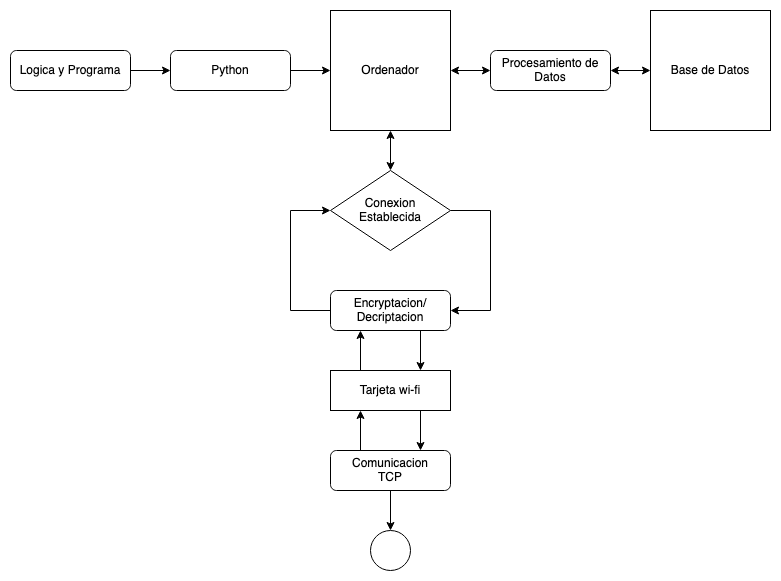
Before: Proyecto/Ordenador.png, a diagram exported from draw.io (DemiurgeApeiron/A01028325-InternetOfThings). Source tidied: cells renumbered, new cells last; positions are measured from the earlier drawing's top-left corner, leaving out a move shared by most shapes. Its diagram source:
```xml
<mxGraphModel>
  <root>
    <mxCell id="0" />
    <mxCell id="1" parent="0" />
    <mxCell id="2" style="edgeStyle=orthogonalEdgeStyle;rounded=0;jettySize=auto;html=1;entryX=0.5;entryY=0;entryDx=0;entryDy=0;startArrow=classic;startFill=1;" parent="1" edge="1" source="4" target="15">
      <mxGeometry relative="1" as="geometry" />
    </mxCell>
    <mxCell id="3" style="edgeStyle=orthogonalEdgeStyle;rounded=0;jettySize=auto;html=1;entryX=0;entryY=0.5;entryDx=0;entryDy=0;startArrow=classic;startFill=1;" parent="1" edge="1" source="4" target="22">
      <mxGeometry relative="1" as="geometry" />
    </mxCell>
    <mxCell id="4" value="Ordenador" style="whiteSpace=wrap;html=1;" parent="1" vertex="1">
      <mxGeometry x="320" width="120" height="120" as="geometry" />
    </mxCell>
    <mxCell id="5" style="edgeStyle=orthogonalEdgeStyle;rounded=0;jettySize=auto;html=1;exitX=0.25;exitY=0;exitDx=0;exitDy=0;entryX=0.25;entryY=1;entryDx=0;entryDy=0;" parent="1" edge="1" source="7" target="13">
      <mxGeometry relative="1" as="geometry" />
    </mxCell>
    <mxCell id="6" style="edgeStyle=orthogonalEdgeStyle;rounded=0;jettySize=auto;html=1;entryX=0.5;entryY=0;entryDx=0;entryDy=0;startArrow=none;startFill=0;" parent="1" edge="1" source="7" target="16">
      <mxGeometry relative="1" as="geometry" />
    </mxCell>
    <mxCell id="7" value="&lt;div&gt;Comunicacion&lt;/div&gt;&lt;div&gt;TCP&lt;/div&gt;" style="rounded=1;whiteSpace=wrap;html=1;" parent="1" vertex="1">
      <mxGeometry x="320" y="440" width="120" height="40" as="geometry" />
    </mxCell>
    <mxCell id="8" style="edgeStyle=orthogonalEdgeStyle;rounded=0;jettySize=auto;html=1;exitX=0.75;exitY=1;exitDx=0;exitDy=0;entryX=0.75;entryY=0;entryDx=0;entryDy=0;" parent="1" edge="1" source="10" target="13">
      <mxGeometry relative="1" as="geometry" />
    </mxCell>
    <mxCell id="9" style="edgeStyle=orthogonalEdgeStyle;rounded=0;jettySize=auto;html=1;entryX=0;entryY=0.5;entryDx=0;entryDy=0;" parent="1" edge="1" source="10" target="15">
      <mxGeometry relative="1" as="geometry">
        <Array as="points">
          <mxPoint x="280" y="300" />
          <mxPoint x="280" y="200" />
        </Array>
      </mxGeometry>
    </mxCell>
    <mxCell id="10" value="&lt;div&gt;Encryptacion/&lt;/div&gt;&lt;div&gt;Decriptacion&lt;br&gt;&lt;/div&gt;" style="rounded=1;whiteSpace=wrap;html=1;" parent="1" vertex="1">
      <mxGeometry x="320" y="280" width="120" height="40" as="geometry" />
    </mxCell>
    <mxCell id="11" style="edgeStyle=orthogonalEdgeStyle;rounded=0;jettySize=auto;html=1;exitX=0.25;exitY=0;exitDx=0;exitDy=0;entryX=0.25;entryY=1;entryDx=0;entryDy=0;" parent="1" edge="1" source="13" target="10">
      <mxGeometry relative="1" as="geometry" />
    </mxCell>
    <mxCell id="12" style="edgeStyle=orthogonalEdgeStyle;rounded=0;jettySize=auto;html=1;exitX=0.75;exitY=1;exitDx=0;exitDy=0;entryX=0.75;entryY=0;entryDx=0;entryDy=0;" parent="1" edge="1" source="13" target="7">
      <mxGeometry relative="1" as="geometry" />
    </mxCell>
    <mxCell id="13" value="Tarjeta wi-fi" style="rounded=0;whiteSpace=wrap;html=1;" parent="1" vertex="1">
      <mxGeometry x="320" y="360" width="120" height="40" as="geometry" />
    </mxCell>
    <mxCell id="14" style="edgeStyle=orthogonalEdgeStyle;rounded=0;jettySize=auto;html=1;entryX=1;entryY=0.5;entryDx=0;entryDy=0;" parent="1" edge="1" source="15" target="10">
      <mxGeometry relative="1" as="geometry">
        <Array as="points">
          <mxPoint x="480" y="200" />
          <mxPoint x="480" y="300" />
        </Array>
      </mxGeometry>
    </mxCell>
    <mxCell id="15" value="&lt;div&gt;Conexion &lt;br&gt;&lt;/div&gt;&lt;div&gt;Establecida&lt;/div&gt;" style="rhombus;whiteSpace=wrap;html=1;" parent="1" vertex="1">
      <mxGeometry x="320" y="160" width="120" height="80" as="geometry" />
    </mxCell>
    <mxCell id="16" style="ellipse;whiteSpace=wrap;html=1;" parent="1" vertex="1">
      <mxGeometry x="360" y="520" width="40" height="40" as="geometry" />
    </mxCell>
    <mxCell id="17" style="edgeStyle=orthogonalEdgeStyle;rounded=0;jettySize=auto;html=1;entryX=0;entryY=0.5;entryDx=0;entryDy=0;startArrow=none;startFill=0;" parent="1" edge="1" source="18" target="4">
      <mxGeometry relative="1" as="geometry" />
    </mxCell>
    <mxCell id="18" value="Python" style="rounded=1;whiteSpace=wrap;html=1;" parent="1" vertex="1">
      <mxGeometry x="160" y="40" width="120" height="40" as="geometry" />
    </mxCell>
    <mxCell id="19" style="edgeStyle=orthogonalEdgeStyle;rounded=0;jettySize=auto;html=1;entryX=0;entryY=0.5;entryDx=0;entryDy=0;" parent="1" edge="1" source="20" target="18">
      <mxGeometry relative="1" as="geometry" />
    </mxCell>
    <mxCell id="20" value="Logica y Programa" style="rounded=1;whiteSpace=wrap;html=1;" parent="1" vertex="1">
      <mxGeometry y="40" width="120" height="40" as="geometry" />
    </mxCell>
    <mxCell id="21" style="edgeStyle=orthogonalEdgeStyle;rounded=0;jettySize=auto;html=1;entryX=0;entryY=0.5;entryDx=0;entryDy=0;startArrow=classic;startFill=1;" parent="1" edge="1" source="22" target="23">
      <mxGeometry relative="1" as="geometry" />
    </mxCell>
    <mxCell id="22" value="Procesamiento de Datos" style="rounded=1;whiteSpace=wrap;html=1;" parent="1" vertex="1">
      <mxGeometry x="480" y="40" width="120" height="40" as="geometry" />
    </mxCell>
    <mxCell id="23" value="Base de Datos" style="whiteSpace=wrap;html=1;" parent="1" vertex="1">
      <mxGeometry x="640" width="120" height="120" as="geometry" />
    </mxCell>
  </root>
</mxGraphModel>
```
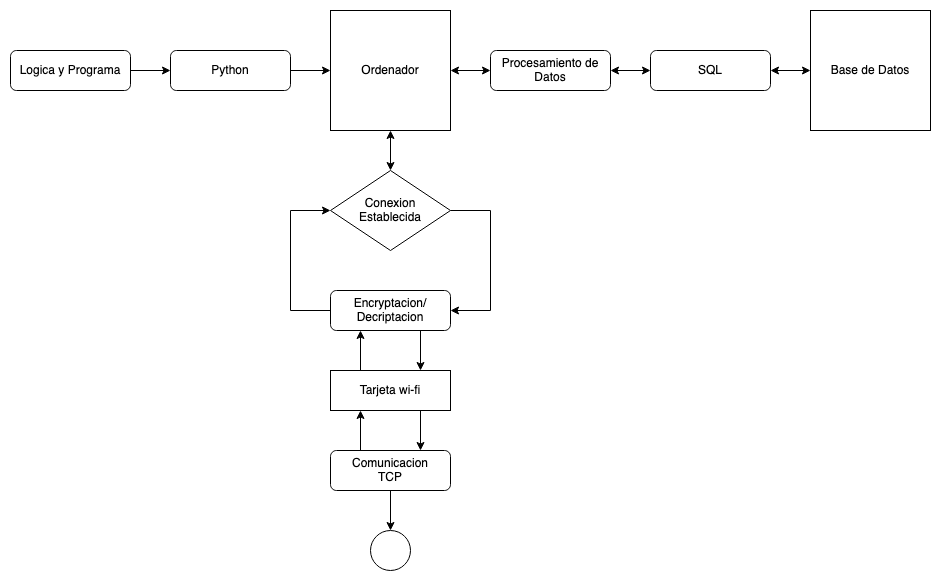
The same diagram one commit later.

What changed in the source:
```diff
@@ -69,14 +69,20 @@
     <mxCell id="20" value="Logica y Programa" style="rounded=1;whiteSpace=wrap;html=1;" parent="1" vertex="1">
       <mxGeometry y="40" width="120" height="40" as="geometry" />
     </mxCell>
-    <mxCell id="21" style="edgeStyle=orthogonalEdgeStyle;rounded=0;jettySize=auto;html=1;entryX=0;entryY=0.5;entryDx=0;entryDy=0;startArrow=classic;startFill=1;" parent="1" edge="1" source="22" target="23">
+    <mxCell id="21" style="edgeStyle=orthogonalEdgeStyle;rounded=0;jettySize=auto;html=1;entryX=0;entryY=0.5;entryDx=0;entryDy=0;startArrow=classic;startFill=1;" parent="1" edge="1" source="22" target="25">
       <mxGeometry relative="1" as="geometry" />
     </mxCell>
     <mxCell id="22" value="Procesamiento de Datos" style="rounded=1;whiteSpace=wrap;html=1;" parent="1" vertex="1">
       <mxGeometry x="480" y="40" width="120" height="40" as="geometry" />
     </mxCell>
+    <mxCell id="24" style="edgeStyle=orthogonalEdgeStyle;rounded=0;jettySize=auto;html=1;entryX=1;entryY=0.5;entryDx=0;entryDy=0;startArrow=classic;startFill=1;" parent="1" edge="1" source="23" target="25">
+      <mxGeometry relative="1" as="geometry" />
+    </mxCell>
     <mxCell id="23" value="Base de Datos" style="whiteSpace=wrap;html=1;" parent="1" vertex="1">
-      <mxGeometry x="640" width="120" height="120" as="geometry" />
+      <mxGeometry x="800" width="120" height="120" as="geometry" />
     </mxCell>
+    <mxCell id="25" value="SQL" style="rounded=1;whiteSpace=wrap;html=1;" parent="1" vertex="1">
+      <mxGeometry x="640" y="40" width="120" height="40" as="geometry" />
+    </mxCell>
   </root>
 </mxGraphModel>
```
